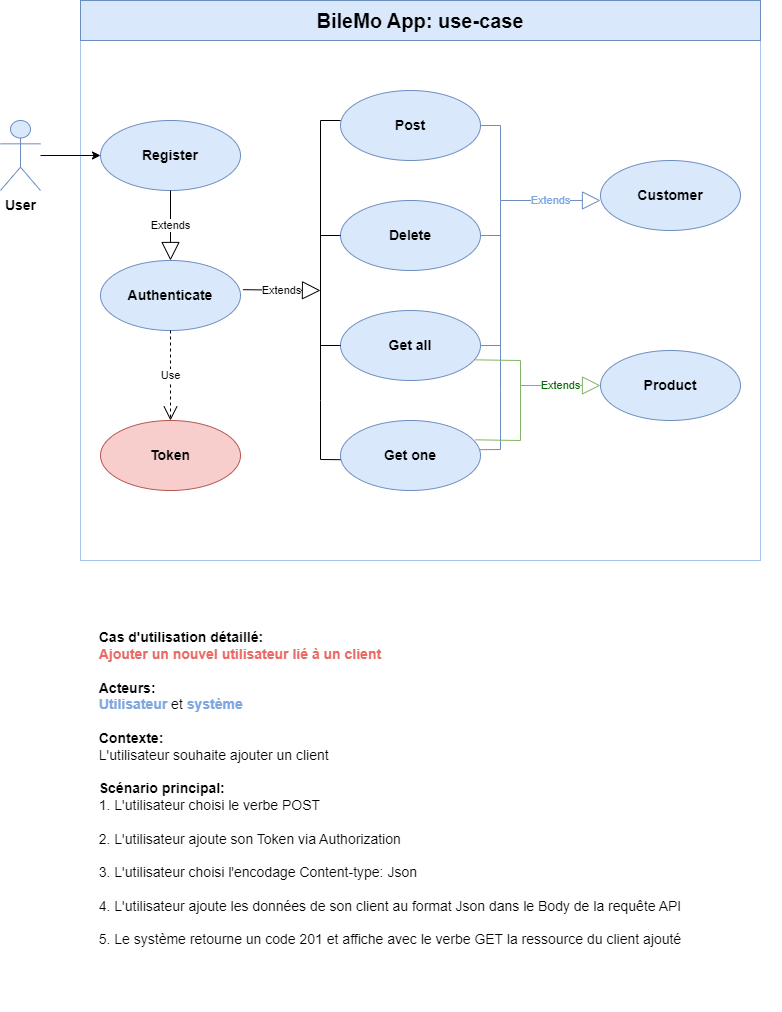
fabienVernieres/BileMo keeps this draw.io diagram as diagrammes/cas-d-utilisation-utilisateur.png. Above is the earlier version. Source tidied: cells renumbered, new cells last; positions are measured from the earlier drawing's top-left corner, leaving out a move shared by most shapes.
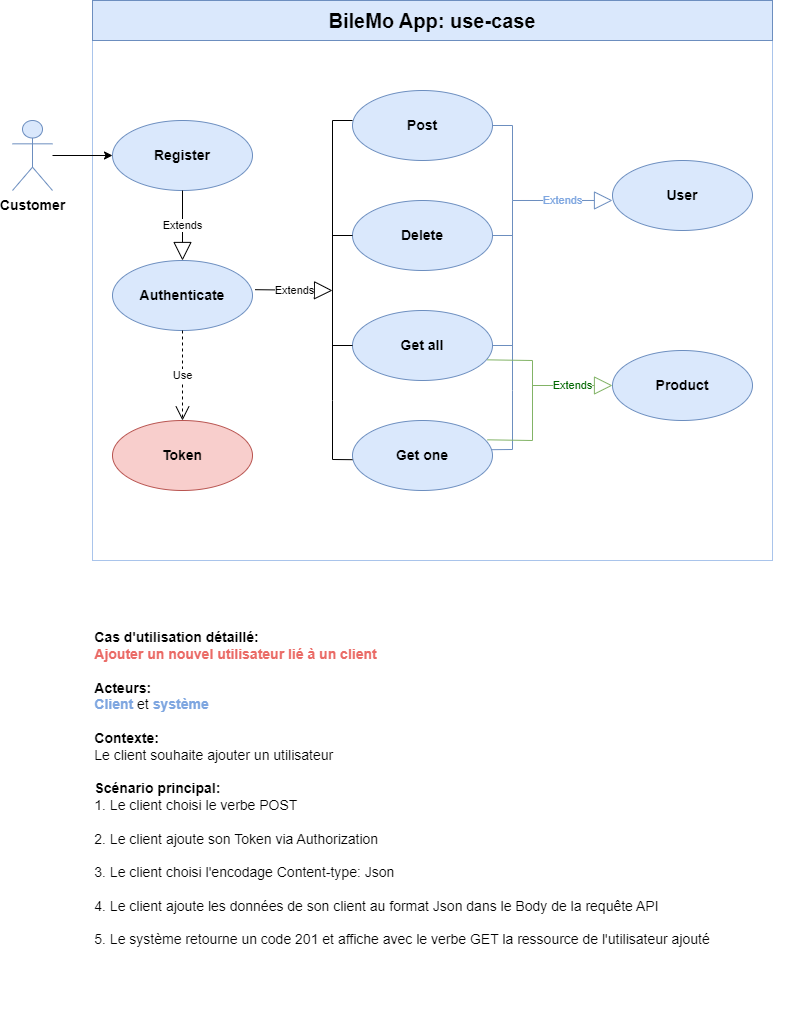
The same file after the commit.

Commit message:
EventListener, parameters names, API pagination, email constraint type

What changed in the source:
```diff
@@ -2,7 +2,7 @@
   <root>
     <mxCell id="0" />
     <mxCell id="1" parent="0" />
-    <mxCell id="2" value="&lt;b&gt;&lt;font style=&quot;font-size: 14px;&quot;&gt;User&lt;/font&gt;&lt;/b&gt;" style="shape=umlActor;verticalLabelPosition=bottom;verticalAlign=top;html=1;fillColor=#dae8fc;strokeColor=#6c8ebf;" parent="1" vertex="1">
+    <mxCell id="2" value="&lt;b&gt;&lt;font style=&quot;font-size: 14px;&quot;&gt;Customer&lt;br&gt;&lt;/font&gt;&lt;/b&gt;" style="shape=umlActor;verticalLabelPosition=bottom;verticalAlign=top;html=1;fillColor=#dae8fc;strokeColor=#6c8ebf;" parent="1" vertex="1">
       <mxGeometry y="120" width="40" height="70" as="geometry" />
     </mxCell>
     <mxCell id="3" style="rounded=0;whiteSpace=wrap;html=1;strokeColor=#A9C4EB;fillColor=none;" parent="1" vertex="1">
@@ -20,10 +20,10 @@
     <mxCell id="7" value="&lt;b&gt;&lt;font style=&quot;font-size: 14px;&quot;&gt;Delete&lt;/font&gt;&lt;/b&gt;" style="ellipse;whiteSpace=wrap;html=1;fillColor=#dae8fc;strokeColor=#6c8ebf;" parent="1" vertex="1">
       <mxGeometry x="340" y="200" width="140" height="70" as="geometry" />
     </mxCell>
-    <mxCell id="8" value="&lt;p style=&quot;line-height: 1.5;&quot;&gt;&lt;/p&gt;&lt;div style=&quot;text-align: left; font-size: 14px;&quot;&gt;&lt;b style=&quot;&quot;&gt;&lt;font style=&quot;font-size: 14px;&quot;&gt;Cas d'utilisation détaillé:&amp;nbsp;&lt;/font&gt;&lt;/b&gt;&lt;/div&gt;&lt;div style=&quot;text-align: left; font-size: 14px;&quot;&gt;&lt;font color=&quot;#ea6b66&quot; style=&quot;font-size: 14px;&quot;&gt;&lt;b&gt;Ajouter un nouvel utilisateur lié à un client&lt;/b&gt;&lt;/font&gt;&lt;/div&gt;&lt;div style=&quot;text-align: left; font-size: 14px;&quot;&gt;&lt;font style=&quot;font-size: 14px;&quot;&gt;&lt;br&gt;&lt;/font&gt;&lt;/div&gt;&lt;div style=&quot;text-align: left; font-size: 14px;&quot;&gt;&lt;b&gt;&lt;font style=&quot;font-size: 14px;&quot;&gt;Acteurs:&lt;/font&gt;&lt;/b&gt;&lt;/div&gt;&lt;div style=&quot;text-align: left; font-size: 14px;&quot;&gt;&lt;font style=&quot;font-size: 14px;&quot;&gt;&lt;b style=&quot;color: rgb(126, 166, 224);&quot;&gt;Utilisateur&amp;nbsp;&lt;/b&gt;et &lt;b style=&quot;color: rgb(126, 166, 224);&quot;&gt;système&lt;/b&gt;&lt;/font&gt;&lt;/div&gt;&lt;div style=&quot;text-align: left; font-size: 14px;&quot;&gt;&lt;font style=&quot;font-size: 14px;&quot;&gt;&lt;br&gt;&lt;/font&gt;&lt;/div&gt;&lt;div style=&quot;text-align: left; font-size: 14px;&quot;&gt;&lt;b&gt;&lt;font style=&quot;font-size: 14px;&quot;&gt;Contexte:&lt;/font&gt;&lt;/b&gt;&lt;/div&gt;&lt;div style=&quot;text-align: left; font-size: 14px;&quot;&gt;&lt;font style=&quot;font-size: 14px; line-height: 1;&quot;&gt;L'&lt;font style=&quot;font-size: 14px;&quot;&gt;utilisateur&lt;/font&gt; souhaite ajouter un client&lt;/font&gt;&lt;/div&gt;&lt;div style=&quot;text-align: left; font-size: 14px;&quot;&gt;&lt;font style=&quot;font-size: 14px;&quot;&gt;&lt;br&gt;&lt;/font&gt;&lt;/div&gt;&lt;div style=&quot;text-align: left; font-size: 14px;&quot;&gt;&lt;b&gt;&lt;font style=&quot;font-size: 14px;&quot;&gt;Scénario principal:&lt;/font&gt;&lt;/b&gt;&lt;/div&gt;&lt;div style=&quot;text-align: left; font-size: 14px;&quot;&gt;&lt;font style=&quot;font-size: 14px;&quot;&gt;1. L'utilisateur choisi le verbe POST&lt;/font&gt;&lt;/div&gt;&lt;div style=&quot;text-align: left; font-size: 14px;&quot;&gt;&lt;font style=&quot;font-size: 14px;&quot;&gt;&lt;br&gt;&lt;/font&gt;&lt;/div&gt;&lt;div style=&quot;text-align: left; font-size: 14px;&quot;&gt;&lt;font style=&quot;font-size: 14px;&quot;&gt;2. L'utilisateur ajoute son Token via Authorization&lt;/font&gt;&lt;/div&gt;&lt;div style=&quot;text-align: left; font-size: 14px;&quot;&gt;&lt;font style=&quot;font-size: 14px;&quot;&gt;&lt;br&gt;&lt;/font&gt;&lt;/div&gt;&lt;div style=&quot;text-align: left; font-size: 14px;&quot;&gt;&lt;font style=&quot;font-size: 14px;&quot;&gt;3. L'utilisateur choisi l'encodage Content-type: Json&lt;/font&gt;&lt;/div&gt;&lt;div style=&quot;text-align: left; font-size: 14px;&quot;&gt;&lt;font style=&quot;font-size: 14px;&quot;&gt;&lt;br&gt;&lt;/font&gt;&lt;/div&gt;&lt;div style=&quot;text-align: left; font-size: 14px;&quot;&gt;&lt;font style=&quot;font-size: 14px;&quot;&gt;4. L'utilisateur ajoute les données de son client au format Json dans le Body de la requête API&lt;/font&gt;&lt;/div&gt;&lt;div style=&quot;text-align: left; font-size: 14px;&quot;&gt;&lt;br&gt;&lt;/div&gt;&lt;div style=&quot;text-align: left; font-size: 14px;&quot;&gt;&lt;font style=&quot;font-size: 14px;&quot;&gt;5. Le &lt;font style=&quot;font-size: 14px;&quot;&gt;système retourne un code 201 et affiche avec le verbe GET la ressource du client ajouté&lt;/font&gt;&lt;/font&gt;&lt;/div&gt;&lt;div style=&quot;text-align: left; font-size: 14px;&quot;&gt;&lt;br&gt;&lt;/div&gt;&lt;div style=&quot;text-align: left; font-size: 14px;&quot;&gt;&lt;br&gt;&lt;/div&gt;&lt;p&gt;&lt;/p&gt;" style="text;html=1;strokeColor=none;fillColor=none;align=center;verticalAlign=middle;whiteSpace=wrap;rounded=0;" parent="1" vertex="1">
+    <mxCell id="8" value="&lt;p style=&quot;line-height: 1.5;&quot;&gt;&lt;/p&gt;&lt;div style=&quot;text-align: left; font-size: 14px;&quot;&gt;&lt;b style=&quot;&quot;&gt;&lt;font style=&quot;font-size: 14px;&quot;&gt;Cas d'utilisation détaillé:&amp;nbsp;&lt;/font&gt;&lt;/b&gt;&lt;/div&gt;&lt;div style=&quot;text-align: left; font-size: 14px;&quot;&gt;&lt;font color=&quot;#ea6b66&quot; style=&quot;font-size: 14px;&quot;&gt;&lt;b&gt;Ajouter un nouvel utilisateur lié à un client&lt;/b&gt;&lt;/font&gt;&lt;/div&gt;&lt;div style=&quot;text-align: left; font-size: 14px;&quot;&gt;&lt;font style=&quot;font-size: 14px;&quot;&gt;&lt;br&gt;&lt;/font&gt;&lt;/div&gt;&lt;div style=&quot;text-align: left; font-size: 14px;&quot;&gt;&lt;b&gt;&lt;font style=&quot;font-size: 14px;&quot;&gt;Acteurs:&lt;/font&gt;&lt;/b&gt;&lt;/div&gt;&lt;div style=&quot;text-align: left; font-size: 14px;&quot;&gt;&lt;font style=&quot;font-size: 14px;&quot;&gt;&lt;b style=&quot;color: rgb(126, 166, 224);&quot;&gt;Client&amp;nbsp;&lt;/b&gt;et &lt;b style=&quot;color: rgb(126, 166, 224);&quot;&gt;système&lt;/b&gt;&lt;/font&gt;&lt;/div&gt;&lt;div style=&quot;text-align: left; font-size: 14px;&quot;&gt;&lt;font style=&quot;font-size: 14px;&quot;&gt;&lt;br&gt;&lt;/font&gt;&lt;/div&gt;&lt;div style=&quot;text-align: left; font-size: 14px;&quot;&gt;&lt;b&gt;&lt;font style=&quot;font-size: 14px;&quot;&gt;Contexte:&lt;/font&gt;&lt;/b&gt;&lt;/div&gt;&lt;div style=&quot;text-align: left; font-size: 14px;&quot;&gt;&lt;font style=&quot;font-size: 14px; line-height: 1;&quot;&gt;Le client&amp;nbsp;souhaite ajouter un utilisateur&lt;/font&gt;&lt;/div&gt;&lt;div style=&quot;text-align: left; font-size: 14px;&quot;&gt;&lt;font style=&quot;font-size: 14px;&quot;&gt;&lt;br&gt;&lt;/font&gt;&lt;/div&gt;&lt;div style=&quot;text-align: left; font-size: 14px;&quot;&gt;&lt;b&gt;&lt;font style=&quot;font-size: 14px;&quot;&gt;Scénario principal:&lt;/font&gt;&lt;/b&gt;&lt;/div&gt;&lt;div style=&quot;text-align: left; font-size: 14px;&quot;&gt;&lt;font style=&quot;font-size: 14px;&quot;&gt;1. Le client choisi le verbe POST&lt;/font&gt;&lt;/div&gt;&lt;div style=&quot;text-align: left; font-size: 14px;&quot;&gt;&lt;font style=&quot;font-size: 14px;&quot;&gt;&lt;br&gt;&lt;/font&gt;&lt;/div&gt;&lt;div style=&quot;text-align: left; font-size: 14px;&quot;&gt;&lt;font style=&quot;font-size: 14px;&quot;&gt;2. Le client ajoute son Token via Authorization&lt;/font&gt;&lt;/div&gt;&lt;div style=&quot;text-align: left; font-size: 14px;&quot;&gt;&lt;font style=&quot;font-size: 14px;&quot;&gt;&lt;br&gt;&lt;/font&gt;&lt;/div&gt;&lt;div style=&quot;text-align: left; font-size: 14px;&quot;&gt;&lt;font style=&quot;font-size: 14px;&quot;&gt;3. Le client choisi l'encodage Content-type: Json&lt;/font&gt;&lt;/div&gt;&lt;div style=&quot;text-align: left; font-size: 14px;&quot;&gt;&lt;font style=&quot;font-size: 14px;&quot;&gt;&lt;br&gt;&lt;/font&gt;&lt;/div&gt;&lt;div style=&quot;text-align: left; font-size: 14px;&quot;&gt;&lt;font style=&quot;font-size: 14px;&quot;&gt;4. Le client ajoute les données de son client au format Json dans le Body de la requête API&lt;/font&gt;&lt;/div&gt;&lt;div style=&quot;text-align: left; font-size: 14px;&quot;&gt;&lt;br&gt;&lt;/div&gt;&lt;div style=&quot;text-align: left; font-size: 14px;&quot;&gt;&lt;font style=&quot;font-size: 14px;&quot;&gt;5. Le &lt;font style=&quot;font-size: 14px;&quot;&gt;système retourne un code 201 et affiche avec le verbe GET la ressource de l'utilisateur ajouté&lt;/font&gt;&lt;/font&gt;&lt;/div&gt;&lt;div style=&quot;text-align: left; font-size: 14px;&quot;&gt;&lt;br&gt;&lt;/div&gt;&lt;div style=&quot;text-align: left; font-size: 14px;&quot;&gt;&lt;br&gt;&lt;/div&gt;&lt;p&gt;&lt;/p&gt;" style="text;html=1;strokeColor=none;fillColor=none;align=center;verticalAlign=middle;whiteSpace=wrap;rounded=0;" parent="1" vertex="1">
       <mxGeometry y="600" width="780" height="410" as="geometry" />
     </mxCell>
-    <mxCell id="9" value="&lt;b&gt;&lt;font style=&quot;font-size: 14px;&quot;&gt;Customer&lt;/font&gt;&lt;/b&gt;" style="ellipse;whiteSpace=wrap;html=1;fillColor=#dae8fc;strokeColor=#6c8ebf;" parent="1" vertex="1">
+    <mxCell id="9" value="&lt;b&gt;&lt;font style=&quot;font-size: 14px;&quot;&gt;User&lt;/font&gt;&lt;/b&gt;" style="ellipse;whiteSpace=wrap;html=1;fillColor=#dae8fc;strokeColor=#6c8ebf;" parent="1" vertex="1">
       <mxGeometry x="600" y="160" width="140" height="70" as="geometry" />
     </mxCell>
     <mxCell id="10" value="&lt;b&gt;&lt;font style=&quot;font-size: 14px;&quot;&gt;Register&lt;/font&gt;&lt;/b&gt;" style="ellipse;whiteSpace=wrap;html=1;fillColor=#dae8fc;strokeColor=#6c8ebf;" parent="1" vertex="1">
```
